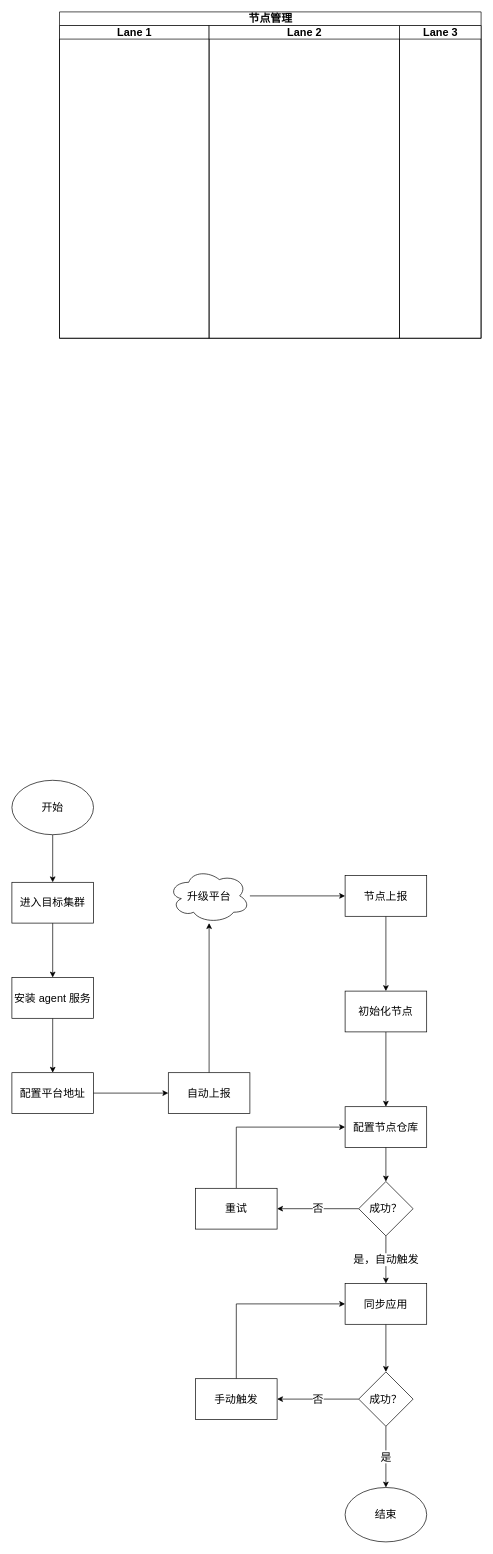
This is page "节点同步" (2 of 8) of devops/upgrade.drawio from zhuoooo/doodles, a draw.io file, before an edit. Source tidied: cells renumbered, new cells numbered last; positions are measured from the earlier drawing's top-left corner, leaving out a move shared by most shapes. Both pictures are drawn from the tidied source at 68%, with x=0, y=0 at pixel (12, 12).
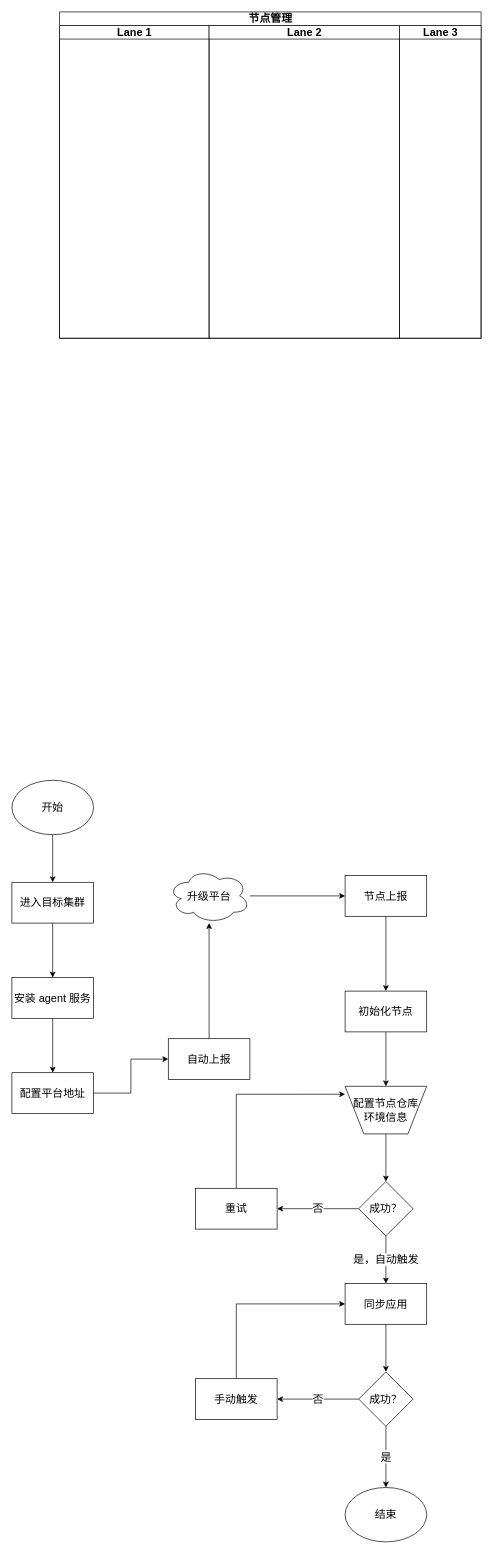
After the change.

Unchanged cells that the change refers to:
```xml
<mxCell id="16" value="重试" style="whiteSpace=wrap;html=1;fontSize=16;" parent="1" vertex="1">
  <mxGeometry x="270" y="1730" width="120" height="60" as="geometry" />
</mxCell>
```

Change to the diagram source:
```diff
@@
-    <mxCell id="9" value="配置节点仓库" style="whiteSpace=wrap;html=1;fontSize=16;" parent="1" vertex="1">
-      <mxGeometry x="490" y="1610" width="120" height="60" as="geometry" />
+    <mxCell id="9" value="配置节点仓库&lt;br&gt;环境信息" style="verticalLabelPosition=middle;verticalAlign=middle;html=1;shape=trapezoid;perimeter=trapezoidPerimeter;whiteSpace=wrap;size=0.23;arcSize=10;flipV=1;labelPosition=center;align=center;fontSize=16;" parent="1" vertex="1">
+      <mxGeometry x="490" y="1580" width="120" height="70" as="geometry" />
     </mxCell>
@@
-    <mxCell id="15" style="edgeStyle=orthogonalEdgeStyle;rounded=0;jettySize=auto;html=1;entryX=0;entryY=0.5;entryDx=0;entryDy=0;exitX=0.5;exitY=0;exitDx=0;exitDy=0;fontSize=16;" parent="1" edge="1" source="16" target="9">
+    <mxCell id="15" style="edgeStyle=orthogonalEdgeStyle;rounded=0;jettySize=auto;html=1;exitX=0.5;exitY=0;exitDx=0;exitDy=0;fontSize=16;entryX=0;entryY=0.833;entryDx=0;entryDy=0;entryPerimeter=0;" parent="1" edge="1" source="16" target="9">
       <mxGeometry relative="1" as="geometry" />
     </mxCell>
@@
     <mxCell id="35" value="自动上报" style="rounded=0;whiteSpace=wrap;html=1;fontSize=16;" parent="1" vertex="1">
-      <mxGeometry x="230" y="1560" width="120" height="60" as="geometry" />
+      <mxGeometry x="230" y="1510" width="120" height="60" as="geometry" />
     </mxCell>
```
